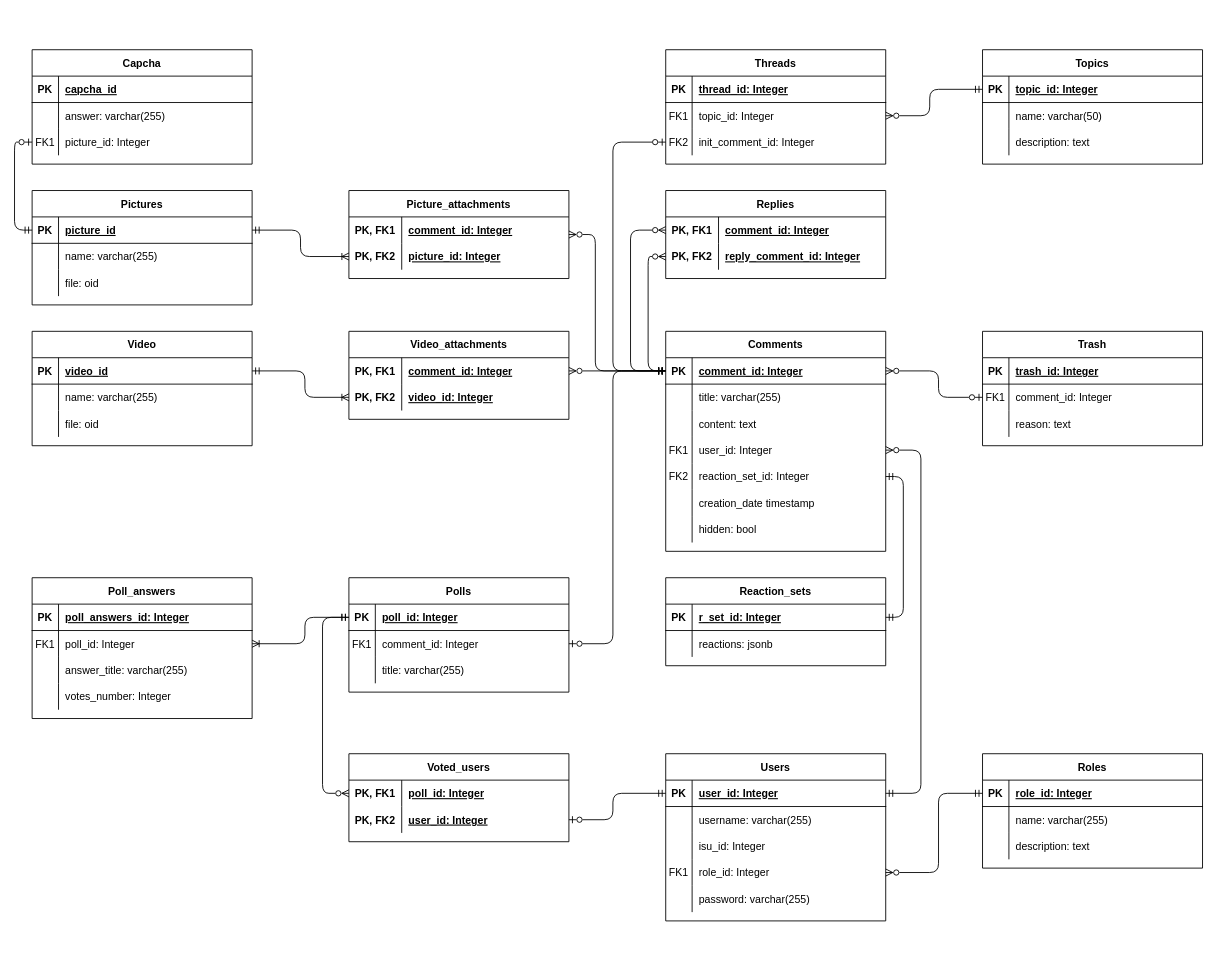
The draw.io diagram coursework/docs/er.drawio in e1turin/itmo-is-db, before the edit. Source tidied: cells renumbered, new cells numbered last; positions are measured from the earlier drawing's top-left corner, leaving out a move shared by most shapes. Both pictures are drawn from the tidied source at 88%, with x=0, y=0 at pixel (32, 49).
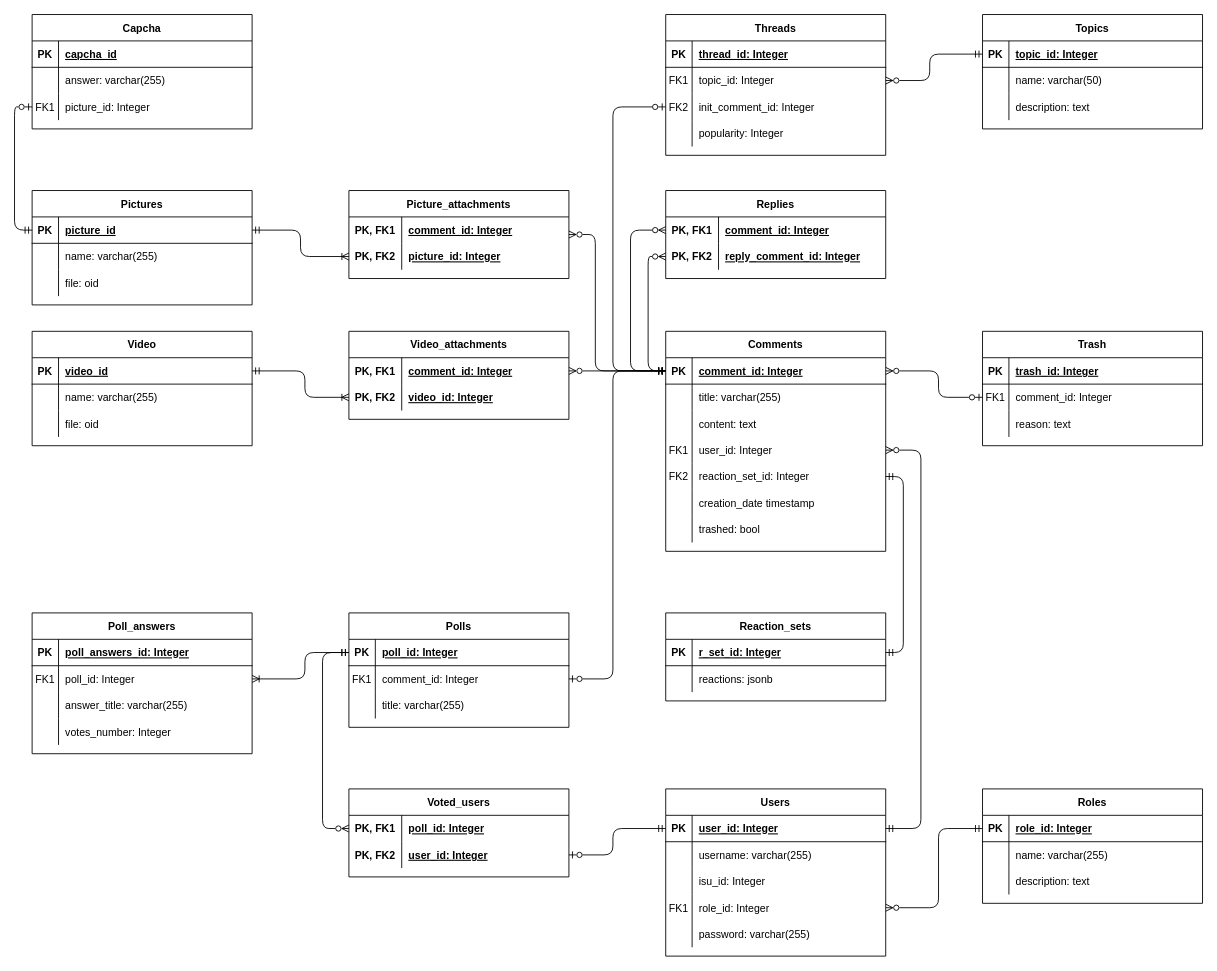
The same diagram, later.

The change refers to these unchanged cells:
```xml
<mxCell id="3" style="shape=partialRectangle;fillColor=none;points=[[0,0.5],[1,0.5]];portConstraint=eastwest;top=0;left=0;right=0;bottom=1;" parent="2" vertex="1">
  <mxGeometry y="30" width="250" height="30" as="geometry" />
</mxCell>
<mxCell id="16" style="shape=partialRectangle;fillColor=none;points=[[0,0.5],[1,0.5]];portConstraint=eastwest;top=0;left=0;right=0;bottom=0;" parent="12" vertex="1">
  <mxGeometry y="60" width="250" height="30" as="geometry" />
</mxCell>
<mxCell id="19" style="shape=partialRectangle;fillColor=none;points=[[0,0.5],[1,0.5]];portConstraint=eastwest;top=0;left=0;right=0;bottom=0;" parent="12" vertex="1">
  <mxGeometry y="90" width="250" height="30" as="geometry" />
</mxCell>
<mxCell id="33" style="shape=partialRectangle;fillColor=none;points=[[0,0.5],[1,0.5]];portConstraint=eastwest;top=0;left=0;right=0;bottom=1;" parent="32" vertex="1">
  <mxGeometry y="30" width="250" height="30" as="geometry" />
</mxCell>
<mxCell id="36" style="shape=partialRectangle;fillColor=none;points=[[0,0.5],[1,0.5]];portConstraint=eastwest;top=0;left=0;right=0;bottom=0;" parent="32" vertex="1">
  <mxGeometry y="60" width="250" height="30" as="geometry" />
</mxCell>
<mxCell id="46" style="shape=partialRectangle;fillColor=none;points=[[0,0.5],[1,0.5]];portConstraint=eastwest;top=0;left=0;right=0;bottom=0;" parent="42" vertex="1">
  <mxGeometry y="60" width="250" height="30" as="geometry" />
</mxCell>
<mxCell id="56" style="shape=partialRectangle;fillColor=none;points=[[0,0.5],[1,0.5]];portConstraint=eastwest;top=0;left=0;right=0;bottom=0;fontStyle=5;" parent="55" vertex="1">
  <mxGeometry y="30" width="250" height="30" as="geometry" />
</mxCell>
<mxCell id="59" style="shape=partialRectangle;fillColor=none;points=[[0,0.5],[1,0.5]];portConstraint=eastwest;top=0;left=0;right=0;bottom=0;fontStyle=5;" parent="55" vertex="1">
  <mxGeometry y="60" width="250" height="30" as="geometry" />
</mxCell>
<mxCell id="70" style="shape=partialRectangle;fillColor=none;points=[[0,0.5],[1,0.5]];portConstraint=eastwest;top=0;left=0;right=0;bottom=1;" parent="69" vertex="1">
  <mxGeometry y="30" width="250" height="30" as="geometry" />
</mxCell>
<mxCell id="79" style="shape=partialRectangle;fillColor=none;points=[[0,0.5],[1,0.5]];portConstraint=eastwest;top=0;left=0;right=0;bottom=0;" parent="69" vertex="1">
  <mxGeometry y="120" width="250" height="30" as="geometry" />
</mxCell>
<mxCell id="88" style="shape=partialRectangle;fillColor=none;top=0;left=0;right=0;bottom=0;" parent="69" vertex="1">
  <mxGeometry y="210" width="250" height="30" as="geometry" />
</mxCell>
<mxCell id="143" style="shape=partialRectangle;fillColor=none;points=[[0,0.5],[1,0.5]];portConstraint=eastwest;top=0;left=0;right=0;bottom=1;" parent="142" vertex="1">
  <mxGeometry y="30" width="250" height="30" as="geometry" />
</mxCell>
<mxCell id="152" style="shape=partialRectangle;fillColor=none;points=[[0,0.5],[1,0.5]];portConstraint=eastwest;top=0;left=0;right=0;bottom=0;" parent="142" vertex="1">
  <mxGeometry y="120" width="250" height="30" as="geometry" />
</mxCell>
<mxCell id="159" style="shape=partialRectangle;fillColor=none;points=[[0,0.5],[1,0.5]];portConstraint=eastwest;top=0;left=0;right=0;bottom=1;" parent="158" vertex="1">
  <mxGeometry y="30" width="250" height="30" as="geometry" />
</mxCell>
```

Change to the diagram source:
```diff
@@
     <mxCell id="2" value="Topics" style="shape=table;startSize=30;childLayout=tableLayout;rowLines=0;fontStyle=1;align=center;" parent="1" vertex="1">
-      <mxGeometry x="1080" width="250" height="130" as="geometry" />
+      <mxGeometry x="1080" y="-40" width="250" height="130" as="geometry" />
     </mxCell>
@@
     <mxCell id="12" value="Threads" style="shape=table;startSize=30;childLayout=tableLayout;rowLines=0;fontStyle=1;align=center;" parent="1" vertex="1">
-      <mxGeometry x="720" width="250" height="130" as="geometry" />
+      <mxGeometry x="720" y="-40" width="250" height="160" as="geometry" />
     </mxCell>
@@
+    <mxCell id="185" style="shape=partialRectangle;fillColor=none;top=0;left=0;right=0;bottom=0;" parent="12" vertex="1">
+      <mxGeometry y="120" width="250" height="30" as="geometry" />
+    </mxCell>
+    <mxCell id="186" style="shape=partialRectangle;overflow=hidden;fillColor=none;top=0;left=0;bottom=0;right=0;" parent="185" vertex="1">
+      <mxGeometry width="30" height="30" as="geometry" />
+    </mxCell>
+    <mxCell id="187" value="popularity: Integer" style="shape=partialRectangle;overflow=hidden;fillColor=none;top=0;left=0;bottom=0;right=0;align=left;spacingLeft=6;" parent="185" vertex="1">
+      <mxGeometry x="30" width="220" height="30" as="geometry" />
+    </mxCell>
@@
     <mxCell id="32" value="Polls" style="shape=table;startSize=30;childLayout=tableLayout;rowLines=0;fontStyle=1;align=center;" parent="1" vertex="1">
-      <mxGeometry x="360" y="600" width="250" height="130" as="geometry" />
+      <mxGeometry x="360" y="640" width="250" height="130" as="geometry" />
     </mxCell>
@@
     <mxCell id="42" value="Poll_answers" style="shape=table;startSize=30;childLayout=tableLayout;rowLines=0;fontStyle=1;align=center;" parent="1" vertex="1">
-      <mxGeometry y="600" width="250" height="160" as="geometry" />
+      <mxGeometry y="640" width="250" height="160" as="geometry" />
     </mxCell>
@@
     <mxCell id="55" value="Voted_users" style="shape=table;startSize=30;childLayout=tableLayout;rowLines=0;fontStyle=1;align=center;" parent="1" vertex="1">
-      <mxGeometry x="360" y="800" width="250" height="100" as="geometry" />
+      <mxGeometry x="360" y="840" width="250" height="100" as="geometry" />
     </mxCell>
@@
     <mxCell id="62" value="Reaction_sets" style="shape=table;startSize=30;childLayout=tableLayout;rowLines=0;fontStyle=1;align=center;" parent="1" vertex="1">
-      <mxGeometry x="720" y="600" width="250" height="100" as="geometry" />
+      <mxGeometry x="720" y="640" width="250" height="100" as="geometry" />
     </mxCell>
@@
-    <mxCell id="90" value="hidden: bool" style="shape=partialRectangle;overflow=hidden;fillColor=none;top=0;left=0;bottom=0;right=0;align=left;spacingLeft=6;" parent="88" vertex="1">
+    <mxCell id="90" value="trashed: bool" style="shape=partialRectangle;overflow=hidden;fillColor=none;top=0;left=0;bottom=0;right=0;align=left;spacingLeft=6;" parent="88" vertex="1">
       <mxGeometry x="30" width="220" height="30" as="geometry" />
     </mxCell>
@@
     <mxCell id="108" value="Capcha" style="shape=table;startSize=30;childLayout=tableLayout;rowLines=0;fontStyle=1;align=center;" parent="1" vertex="1">
-      <mxGeometry width="250" height="130" as="geometry" />
+      <mxGeometry y="-40" width="250" height="130" as="geometry" />
     </mxCell>
@@
     <mxCell id="142" value="Users" style="shape=table;startSize=30;childLayout=tableLayout;rowLines=0;fontStyle=1;align=center;" parent="1" vertex="1">
-      <mxGeometry x="720" y="800" width="250" height="190" as="geometry" />
+      <mxGeometry x="720" y="840" width="250" height="190" as="geometry" />
     </mxCell>
@@
     <mxCell id="158" value="Roles" style="shape=table;startSize=30;childLayout=tableLayout;rowLines=0;fontStyle=1;align=center;" parent="1" vertex="1">
-      <mxGeometry x="1080" y="800" width="250" height="130" as="geometry" />
+      <mxGeometry x="1080" y="840" width="250" height="130" as="geometry" />
     </mxCell>
@@
     <mxCell id="168" style="edgeStyle=orthogonalEdgeStyle;rounded=1;jettySize=auto;html=1;entryX=0;entryY=0.5;entryDx=0;entryDy=0;startArrow=ERzeroToMany;startFill=0;endArrow=ERmandOne;endFill=0;" parent="1" edge="1" source="16" target="3">
       <mxGeometry relative="1" as="geometry">
         <Array as="points">
-          <mxPoint x="1020" y="75" />
-          <mxPoint x="1020" y="45" />
+          <mxPoint x="1020" y="35" />
+          <mxPoint x="1020" y="5" />
         </Array>
       </mxGeometry>
     </mxCell>
@@
     <mxCell id="170" style="edgeStyle=orthogonalEdgeStyle;rounded=1;jettySize=auto;html=1;entryX=0;entryY=0.5;entryDx=0;entryDy=0;endArrow=ERmandOne;endFill=0;startArrow=ERzeroToOne;startFill=0;" parent="1" edge="1" source="59" target="143">
       <mxGeometry relative="1" as="geometry">
         <Array as="points">
-          <mxPoint x="660" y="875" />
-          <mxPoint x="660" y="845" />
+          <mxPoint x="660" y="915" />
+          <mxPoint x="660" y="885" />
         </Array>
       </mxGeometry>
     </mxCell>
     <mxCell id="171" style="edgeStyle=orthogonalEdgeStyle;rounded=1;jettySize=auto;html=1;entryX=0;entryY=0.5;entryDx=0;entryDy=0;endArrow=ERmandOne;endFill=0;startArrow=ERzeroToMany;startFill=0;" parent="1" edge="1" source="56" target="33">
       <mxGeometry relative="1" as="geometry">
         <Array as="points">
-          <mxPoint x="330" y="845" />
-          <mxPoint x="330" y="645" />
+          <mxPoint x="330" y="885" />
+          <mxPoint x="330" y="685" />
         </Array>
       </mxGeometry>
     </mxCell>
     <mxCell id="172" style="edgeStyle=orthogonalEdgeStyle;rounded=1;jettySize=auto;html=1;entryX=0;entryY=0.5;entryDx=0;entryDy=0;endArrow=ERmandOne;endFill=0;startArrow=ERoneToMany;startFill=0;exitX=1;exitY=0.5;exitDx=0;exitDy=0;" parent="1" edge="1" source="46" target="33">
       <mxGeometry relative="1" as="geometry">
         <Array as="points">
-          <mxPoint x="310" y="675" />
-          <mxPoint x="310" y="645" />
+          <mxPoint x="310" y="715" />
+          <mxPoint x="310" y="685" />
         </Array>
       </mxGeometry>
     </mxCell>
     <mxCell id="173" style="edgeStyle=orthogonalEdgeStyle;rounded=1;jettySize=auto;html=1;entryX=0;entryY=0.5;entryDx=0;entryDy=0;startArrow=ERzeroToOne;startFill=0;endArrow=ERmandOne;endFill=0;exitX=1;exitY=0.5;exitDx=0;exitDy=0;" parent="1" edge="1" source="36" target="70">
       <mxGeometry relative="1" as="geometry">
         <Array as="points">
-          <mxPoint x="660" y="675" />
+          <mxPoint x="660" y="715" />
           <mxPoint x="660" y="365" />
         </Array>
       </mxGeometry>
     </mxCell>
     <mxCell id="174" style="edgeStyle=orthogonalEdgeStyle;rounded=1;jettySize=auto;html=1;entryX=0;entryY=0.5;entryDx=0;entryDy=0;startArrow=ERzeroToOne;startFill=0;endArrow=ERmandOne;endFill=0;exitX=0;exitY=0.5;exitDx=0;exitDy=0;" parent="1" edge="1" source="19" target="70">
       <mxGeometry relative="1" as="geometry">
         <Array as="points">
-          <mxPoint x="660" y="105" />
+          <mxPoint x="660" y="65" />
           <mxPoint x="660" y="365" />
         </Array>
       </mxGeometry>
     </mxCell>
@@
     <mxCell id="180" style="edgeStyle=orthogonalEdgeStyle;rounded=1;jettySize=auto;html=1;entryX=1;entryY=0.5;entryDx=0;entryDy=0;endArrow=ERzeroToMany;endFill=0;startArrow=ERmandOne;startFill=0;" parent="1" edge="1" source="143" target="79">
       <mxGeometry relative="1" as="geometry">
         <Array as="points">
-          <mxPoint x="1010" y="845" />
+          <mxPoint x="1010" y="885" />
           <mxPoint x="1010" y="455" />
         </Array>
       </mxGeometry>
     </mxCell>
     <mxCell id="181" style="edgeStyle=orthogonalEdgeStyle;rounded=1;jettySize=auto;html=1;entryX=0;entryY=0.5;entryDx=0;entryDy=0;endArrow=ERmandOne;endFill=0;startArrow=ERzeroToMany;startFill=0;" parent="1" edge="1" source="152" target="159">
       <mxGeometry relative="1" as="geometry">
         <Array as="points">
-          <mxPoint x="1030" y="935" />
-          <mxPoint x="1030" y="845" />
+          <mxPoint x="1030" y="975" />
+          <mxPoint x="1030" y="885" />
         </Array>
       </mxGeometry>
     </mxCell>
```
